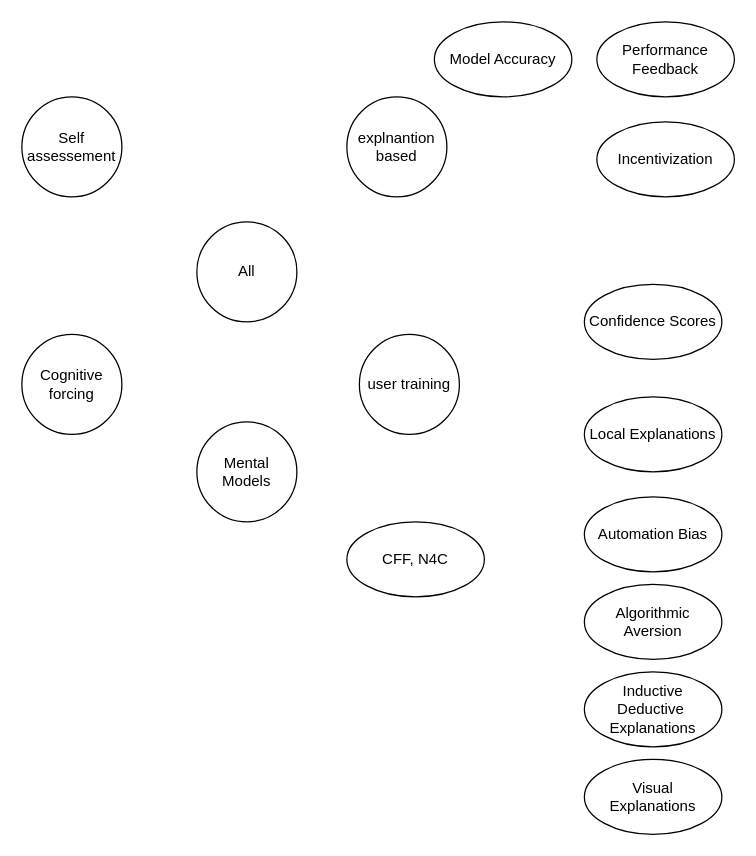
raeeschaudhary/Coursera_Exams keeps this draw.io diagram as ext/chi-rev-method-overview.drawio. Above is the earlier version. Source tidied: cells renumbered, new cells numbered last; positions are measured from the earlier drawing's top-left corner, leaving out a move shared by most shapes. Both pictures are drawn from the tidied source at 125%, with x=0, y=0 at pixel (21, 21).
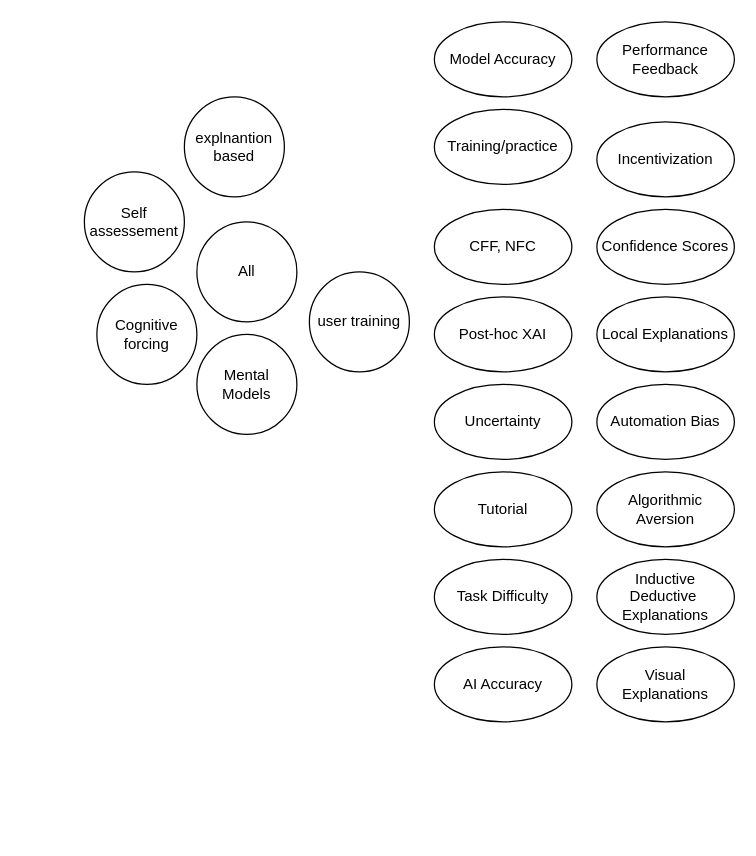
After the change.

What changed in the source:
```diff
@@
     <mxCell id="3" value="explnantion based" style="ellipse;whiteSpace=wrap;html=1;" parent="1" vertex="1">
-      <mxGeometry x="260" y="60" width="80" height="80" as="geometry" />
+      <mxGeometry x="130" y="60" width="80" height="80" as="geometry" />
     </mxCell>
     <mxCell id="4" value="user training" style="ellipse;whiteSpace=wrap;html=1;" parent="1" vertex="1">
-      <mxGeometry x="270" y="250" width="80" height="80" as="geometry" />
+      <mxGeometry x="230" y="200" width="80" height="80" as="geometry" />
     </mxCell>
     <mxCell id="5" value="Cognitive forcing" style="ellipse;whiteSpace=wrap;html=1;" parent="1" vertex="1">
-      <mxGeometry y="250" width="80" height="80" as="geometry" />
+      <mxGeometry x="60" y="210" width="80" height="80" as="geometry" />
     </mxCell>
     <mxCell id="6" value="Self assessement" style="ellipse;whiteSpace=wrap;html=1;" parent="1" vertex="1">
-      <mxGeometry y="60" width="80" height="80" as="geometry" />
+      <mxGeometry x="50" y="120" width="80" height="80" as="geometry" />
     </mxCell>
@@
     <mxCell id="10" value="Confidence Scores" style="ellipse;whiteSpace=wrap;html=1;" parent="1" vertex="1">
-      <mxGeometry x="450" y="210" width="110" height="60" as="geometry" />
+      <mxGeometry x="460" y="150" width="110" height="60" as="geometry" />
     </mxCell>
     <mxCell id="11" value="Local Explanations" style="ellipse;whiteSpace=wrap;html=1;" parent="1" vertex="1">
-      <mxGeometry x="450" y="300" width="110" height="60" as="geometry" />
+      <mxGeometry x="460" y="220" width="110" height="60" as="geometry" />
     </mxCell>
     <mxCell id="12" value="Mental Models" style="ellipse;whiteSpace=wrap;html=1;" parent="1" vertex="1">
-      <mxGeometry x="140" y="320" width="80" height="80" as="geometry" />
+      <mxGeometry x="140" y="250" width="80" height="80" as="geometry" />
     </mxCell>
     <mxCell id="13" value="Automation Bias" style="ellipse;whiteSpace=wrap;html=1;" parent="1" vertex="1">
-      <mxGeometry x="450" y="380" width="110" height="60" as="geometry" />
+      <mxGeometry x="460" y="290" width="110" height="60" as="geometry" />
     </mxCell>
     <mxCell id="14" value="Algorithmic Aversion" style="ellipse;whiteSpace=wrap;html=1;" parent="1" vertex="1">
-      <mxGeometry x="450" y="450" width="110" height="60" as="geometry" />
+      <mxGeometry x="460" y="360" width="110" height="60" as="geometry" />
     </mxCell>
     <mxCell id="15" value="Inductive&lt;div&gt;Deductive&amp;nbsp;&lt;/div&gt;&lt;div&gt;Explanations&lt;/div&gt;" style="ellipse;whiteSpace=wrap;html=1;" parent="1" vertex="1">
-      <mxGeometry x="450" y="520" width="110" height="60" as="geometry" />
+      <mxGeometry x="460" y="430" width="110" height="60" as="geometry" />
     </mxCell>
     <mxCell id="16" value="Visual&lt;br&gt;&lt;div&gt;Explanations&lt;/div&gt;" style="ellipse;whiteSpace=wrap;html=1;" parent="1" vertex="1">
-      <mxGeometry x="450" y="590" width="110" height="60" as="geometry" />
+      <mxGeometry x="460" y="500" width="110" height="60" as="geometry" />
     </mxCell>
-    <mxCell id="17" value="CFF, N4C" style="ellipse;whiteSpace=wrap;html=1;" parent="1" vertex="1">
-      <mxGeometry x="260" y="400" width="110" height="60" as="geometry" />
+    <mxCell id="17" value="CFF, NFC" style="ellipse;whiteSpace=wrap;html=1;" parent="1" vertex="1">
+      <mxGeometry x="330" y="150" width="110" height="60" as="geometry" />
     </mxCell>
+    <mxCell id="18" value="Post-hoc XAI" style="ellipse;whiteSpace=wrap;html=1;" parent="1" vertex="1">
+      <mxGeometry x="330" y="220" width="110" height="60" as="geometry" />
+    </mxCell>
+    <mxCell id="19" value="Training/practice" style="ellipse;whiteSpace=wrap;html=1;" parent="1" vertex="1">
+      <mxGeometry x="330" y="70" width="110" height="60" as="geometry" />
+    </mxCell>
+    <mxCell id="20" value="Tutorial" style="ellipse;whiteSpace=wrap;html=1;" parent="1" vertex="1">
+      <mxGeometry x="330" y="360" width="110" height="60" as="geometry" />
+    </mxCell>
+    <mxCell id="21" value="Uncertainty" style="ellipse;whiteSpace=wrap;html=1;" parent="1" vertex="1">
+      <mxGeometry x="330" y="290" width="110" height="60" as="geometry" />
+    </mxCell>
+    <mxCell id="22" value="Task Difficulty" style="ellipse;whiteSpace=wrap;html=1;" parent="1" vertex="1">
+      <mxGeometry x="330" y="430" width="110" height="60" as="geometry" />
+    </mxCell>
+    <mxCell id="23" value="AI Accuracy" style="ellipse;whiteSpace=wrap;html=1;" parent="1" vertex="1">
+      <mxGeometry x="330" y="500" width="110" height="60" as="geometry" />
+    </mxCell>
```
